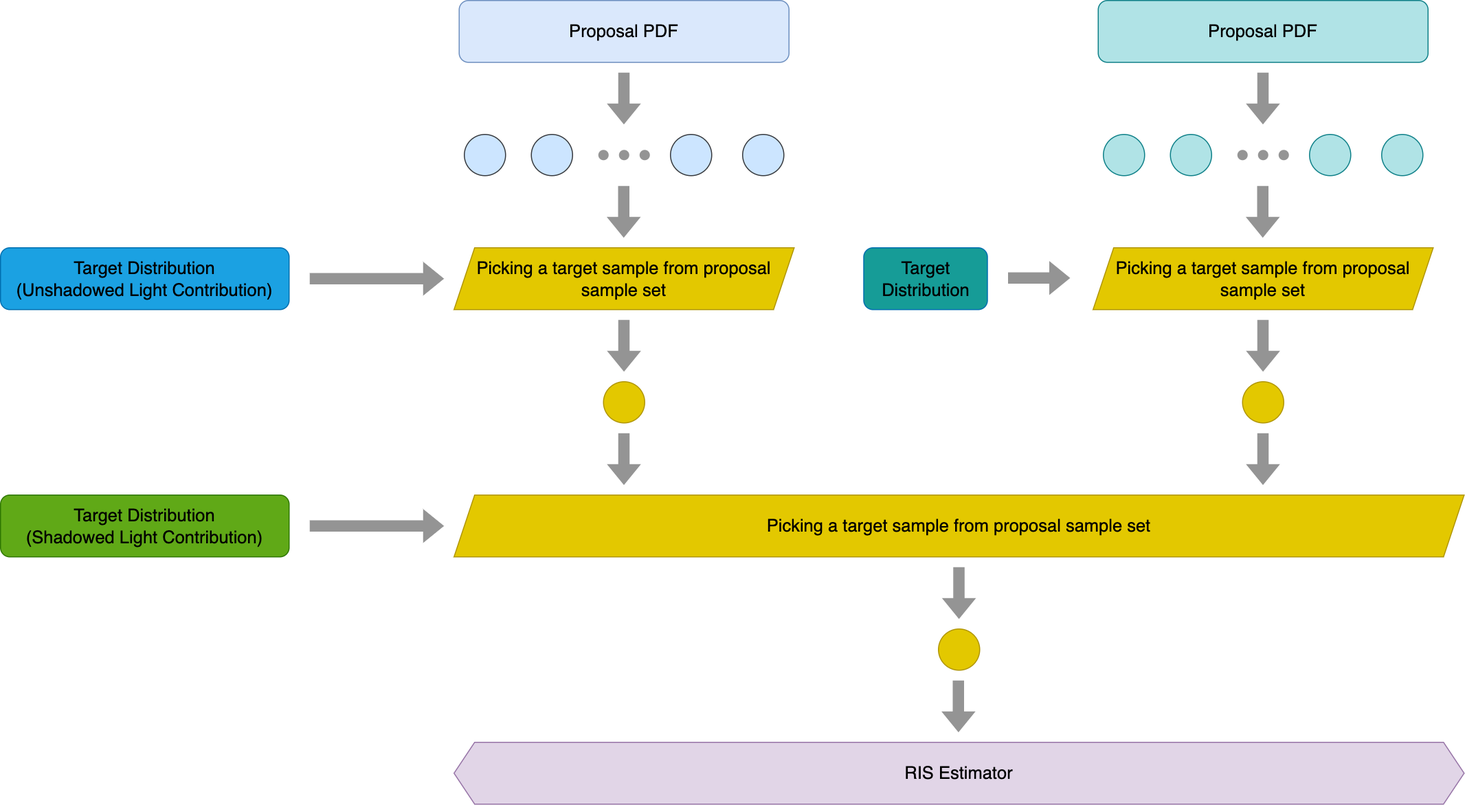
This is img/posts/understanding_the_math_behind_restir_di/ReStir_6.png from JiayinCao/AGraphicsGuyNotes, a draw.io export, as it was before one commit. Source tidied: cells renumbered, new cells last; positions are measured from the earlier drawing's top-left corner, leaving out a move shared by most shapes.
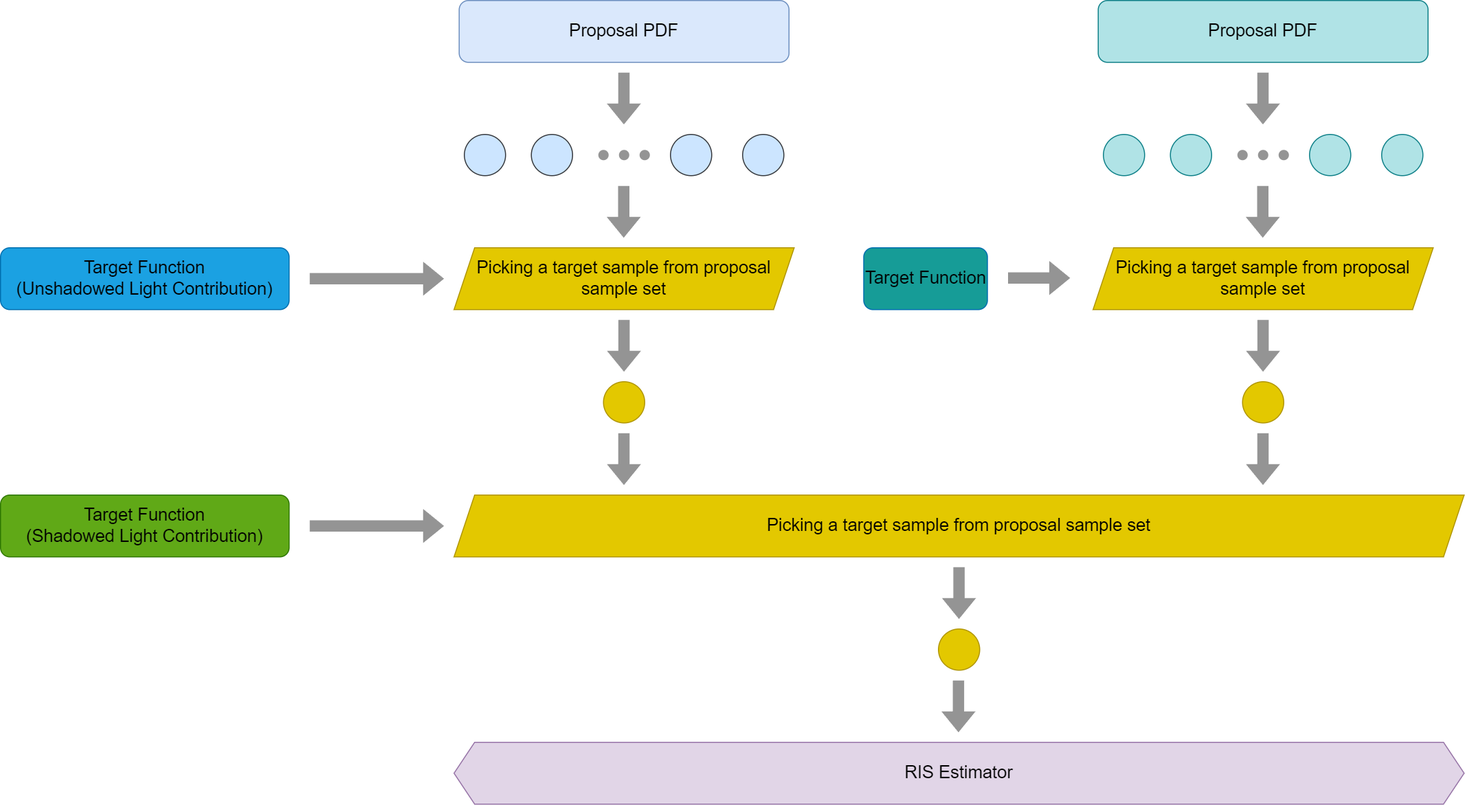
The same diagram one commit later.

Change to the diagram source:
```diff
@@ -23,7 +23,7 @@
     <mxCell id="7" style="ellipse;whiteSpace=wrap;html=1;fillColor=#cce5ff;strokeColor=#36393d;" parent="1" vertex="1">
       <mxGeometry x="650" y="130" width="40" height="40" as="geometry" />
     </mxCell>
-    <mxCell id="8" value="&lt;font style=&quot;font-size: 17px;&quot; color=&quot;#000000&quot;&gt;Target Distribution&lt;br&gt;(Shadowed Light Contribution)&lt;br&gt;&lt;/font&gt;" style="rounded=1;whiteSpace=wrap;html=1;fillColor=#60a917;strokeColor=#2D7600;fontColor=#ffffff;" parent="1" vertex="1">
+    <mxCell id="8" value="&lt;font style=&quot;font-size: 17px;&quot; color=&quot;#000000&quot;&gt;Target Function&lt;br&gt;(Shadowed Light Contribution)&lt;br&gt;&lt;/font&gt;" style="rounded=1;whiteSpace=wrap;html=1;fillColor=#60a917;strokeColor=#2D7600;fontColor=#ffffff;" parent="1" vertex="1">
       <mxGeometry y="480" width="280" height="60" as="geometry" />
     </mxCell>
     <mxCell id="9" style="ellipse;whiteSpace=wrap;html=1;fillColor=#949494;strokeColor=none;" parent="1" vertex="1">
@@ -62,7 +62,7 @@
     <mxCell id="18" style="ellipse;whiteSpace=wrap;html=1;fillColor=#b0e3e6;strokeColor=#0e8088;" parent="1" vertex="1">
       <mxGeometry x="1270" y="130" width="40" height="40" as="geometry" />
     </mxCell>
-    <mxCell id="19" value="&lt;font style=&quot;font-size: 17px;&quot; color=&quot;#000000&quot;&gt;Target Distribution&lt;/font&gt;" style="rounded=1;whiteSpace=wrap;html=1;fillColor=#169C97;strokeColor=#006EAF;fontColor=#ffffff;" parent="1" vertex="1">
+    <mxCell id="19" value="&lt;font style=&quot;font-size: 17px;&quot; color=&quot;#000000&quot;&gt;Target Function&lt;/font&gt;" style="rounded=1;whiteSpace=wrap;html=1;fillColor=#169C97;strokeColor=#006EAF;fontColor=#ffffff;" parent="1" vertex="1">
       <mxGeometry x="837.5" y="240" width="120" height="60" as="geometry" />
     </mxCell>
     <mxCell id="20" value="&lt;span style=&quot;font-size: 17px;&quot;&gt;Picking a target sample from proposal sample set&lt;/span&gt;" style="shape=parallelogram;perimeter=parallelogramPerimeter;whiteSpace=wrap;html=1;fixedSize=1;fontColor=#000000;fillColor=#e3c800;strokeColor=#B09500;" parent="1" vertex="1">
@@ -149,7 +149,7 @@
         <mxPoint x="430" y="510" as="targetPoint" />
       </mxGeometry>
     </mxCell>
-    <mxCell id="39" value="&lt;font style=&quot;font-size: 17px;&quot; color=&quot;#000000&quot;&gt;Target Distribution&lt;br&gt;(Unshadowed Light Contribution)&lt;br&gt;&lt;/font&gt;" style="rounded=1;whiteSpace=wrap;html=1;fillColor=#1ba1e2;strokeColor=#006EAF;fontColor=#ffffff;" parent="1" vertex="1">
+    <mxCell id="39" value="&lt;font style=&quot;font-size: 17px;&quot; color=&quot;#000000&quot;&gt;Target Function&lt;br&gt;(Unshadowed Light Contribution)&lt;br&gt;&lt;/font&gt;" style="rounded=1;whiteSpace=wrap;html=1;fillColor=#1ba1e2;strokeColor=#006EAF;fontColor=#ffffff;" parent="1" vertex="1">
       <mxGeometry y="240" width="280" height="60" as="geometry" />
     </mxCell>
     <mxCell id="40" style="shape=flexArrow;endArrow=classic;html=1;rounded=0;strokeColor=#949494;fillColor=#949494;" parent="1" edge="1">
```
